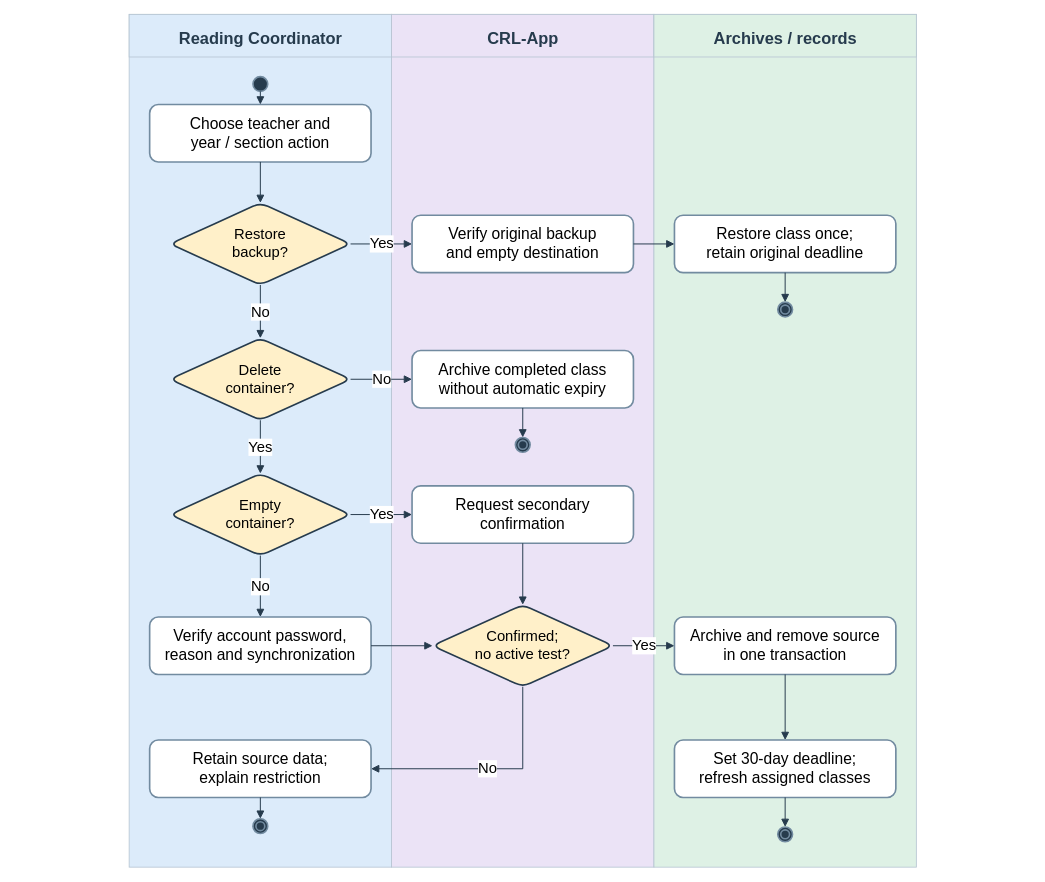
Above: docs/diagrams/class-workspaces/figure-23-section-archive.drawio in AkuSayangKamuJudaSayang/crl-app (draw.io), before the change. Source tidied: cells renumbered, new cells numbered last; positions are measured from the earlier drawing's top-left corner, leaving out a move shared by most shapes. Both pictures are drawn from the tidied source at 82%, with x=0, y=0 at pixel (14, 14).
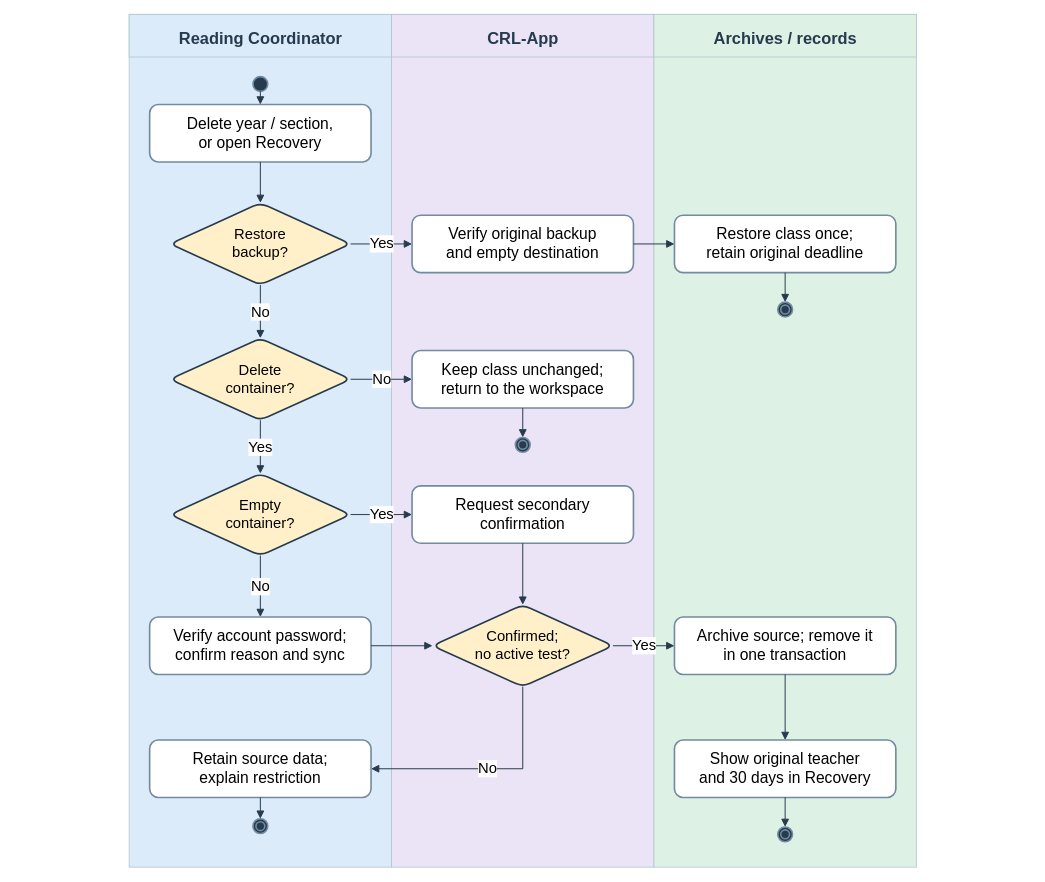
The same page after the edit.

Change to the diagram source:
```diff
@@
-    <mxCell id="12" value="Choose teacher and&lt;br&gt;year / section action" style="rounded=1;whiteSpace=wrap;html=1;fontFamily=Arial;fillColor=#ffffff;strokeColor=#728ba0;strokeWidth=2;fontSize=19;" parent="1" vertex="1">
+    <mxCell id="12" value="Delete year / section,&lt;br&gt;or open Recovery" style="rounded=1;whiteSpace=wrap;html=1;fontFamily=Arial;fillColor=#ffffff;strokeColor=#728ba0;strokeWidth=2;fontSize=19;" parent="1" vertex="1">
       <mxGeometry x="165" y="110" width="270" height="70" as="geometry" />
     </mxCell>
@@
-    <mxCell id="18" value="Archive completed class&lt;br&gt;without automatic expiry" style="rounded=1;whiteSpace=wrap;html=1;fontFamily=Arial;fillColor=#ffffff;strokeColor=#728ba0;strokeWidth=2;fontSize=19;" parent="1" vertex="1">
+    <mxCell id="18" value="Keep class unchanged;&lt;br&gt;return to the workspace" style="rounded=1;whiteSpace=wrap;html=1;fontFamily=Arial;fillColor=#ffffff;strokeColor=#728ba0;strokeWidth=2;fontSize=19;" parent="1" vertex="1">
       <mxGeometry x="485" y="410" width="270" height="70" as="geometry" />
     </mxCell>
@@
-    <mxCell id="22" value="Verify account password,&lt;br&gt;reason and synchronization" style="rounded=1;whiteSpace=wrap;html=1;fontFamily=Arial;fillColor=#ffffff;strokeColor=#728ba0;strokeWidth=2;fontSize=19;" parent="1" vertex="1">
+    <mxCell id="22" value="Verify account password;&lt;br&gt;confirm reason and sync" style="rounded=1;whiteSpace=wrap;html=1;fontFamily=Arial;fillColor=#ffffff;strokeColor=#728ba0;strokeWidth=2;fontSize=19;" parent="1" vertex="1">
       <mxGeometry x="165" y="735" width="270" height="70" as="geometry" />
     </mxCell>
@@
-    <mxCell id="26" value="Archive and remove source&lt;br&gt;in one transaction" style="rounded=1;whiteSpace=wrap;html=1;fontFamily=Arial;fillColor=#ffffff;strokeColor=#728ba0;strokeWidth=2;fontSize=19;" parent="1" vertex="1">
+    <mxCell id="26" value="Archive source; remove it&lt;br&gt;in one transaction" style="rounded=1;whiteSpace=wrap;html=1;fontFamily=Arial;fillColor=#ffffff;strokeColor=#728ba0;strokeWidth=2;fontSize=19;" parent="1" vertex="1">
       <mxGeometry x="805" y="735" width="270" height="70" as="geometry" />
     </mxCell>
-    <mxCell id="27" value="Set 30-day deadline;&lt;br&gt;refresh assigned classes" style="rounded=1;whiteSpace=wrap;html=1;fontFamily=Arial;fillColor=#ffffff;strokeColor=#728ba0;strokeWidth=2;fontSize=19;" parent="1" vertex="1">
+    <mxCell id="27" value="Show original teacher&lt;br&gt;and 30 days in Recovery" style="rounded=1;whiteSpace=wrap;html=1;fontFamily=Arial;fillColor=#ffffff;strokeColor=#728ba0;strokeWidth=2;fontSize=19;" parent="1" vertex="1">
       <mxGeometry x="805" y="885" width="270" height="70" as="geometry" />
     </mxCell>
```
